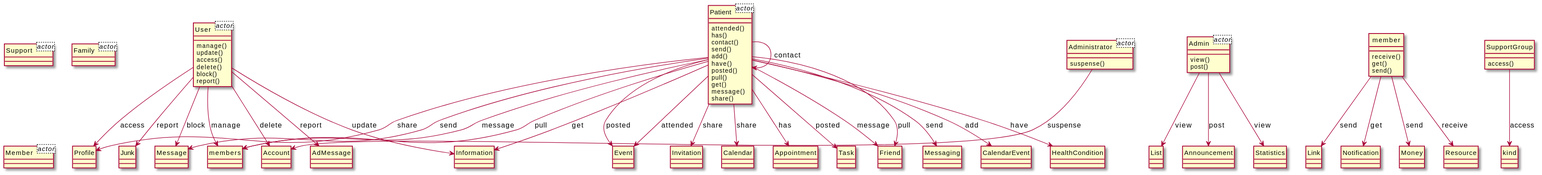
Earlier version of the PlantUML export output/diagram_5/2018-USC-Project06.svg (xixixhalu/DomainModelExtractor).
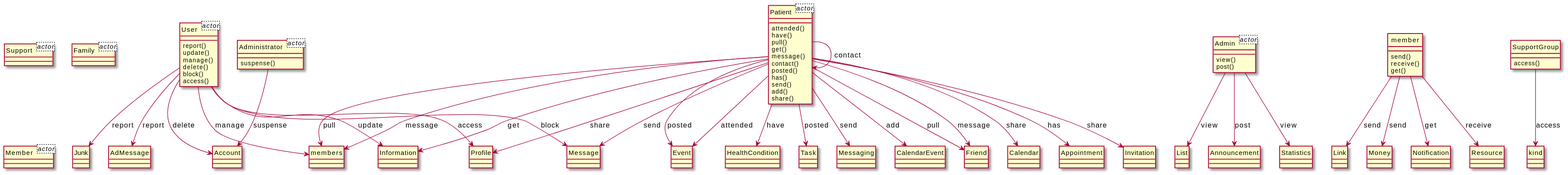
After the change.

The edit, as a diff of the source:
```diff
@@ -14,49 +14,20 @@
 }
 class Admin<actor> {
 }
-class User {
-	manage()
-	update()
-	access()
-	delete()
-	block()
-	report()
-}
-class Profile {
-}
 class Patient {
 	attended()
-	has()
-	contact()
-	send()
-	add()
 	have()
-	posted()
 	pull()
 	get()
 	message()
+	contact()
+	posted()
+	has()
+	send()
+	add()
 	share()
 }
 class Event {
-}
-class Invitation {
-}
-class Junk {
-}
-class member {
-	receive()
-	get()
-	send()
-}
-class Link {
-}
-class Message {
-}
-class Calendar {
-}
-class members {
-}
-class Appointment {
 }
 class Admin {
 	view()
@@ -64,21 +35,37 @@
 }
 class List {
 }
-class Task {
-}
-class Notification {
+class Administrator {
+	suspense()
 }
 class Account {
 }
-class Friend {
+class User {
+	report()
+	update()
+	manage()
+	delete()
+	block()
+	access()
+}
+class Junk {
+}
+class member {
+	send()
+	receive()
+	get()
+}
+class Link {
+}
+class HealthCondition {
+}
+class Money {
+}
+class Task {
 }
 class Announcement {
 }
-class Messaging {
-}
-class CalendarEvent {
-}
-class Money {
+class members {
 }
 class SupportGroup {
 	access()
@@ -87,48 +74,61 @@
 }
 class AdMessage {
 }
-class Statistics {
+class Messaging {
+}
+class CalendarEvent {
+}
+class Message {
+}
+class Friend {
 }
 class Information {
 }
-class Administrator {
-	suspense()
+class Calendar {
 }
-class HealthCondition {
+class Notification {
+}
+class Appointment {
+}
+class Invitation {
+}
+class Profile {
 }
 class Resource {
 }
-Patient --> Information : get
-Patient --> Calendar : share
-User --> Message : block
-Patient --> Event : posted
-User --> members : manage
-User --> Information : update
-Patient --> Friend : message
+class Statistics {
+}
 Patient --> Invitation : share
-Administrator --> Account : suspense
-Admin --> Announcement : post
-Patient --> members : message
-Patient --> Friend : pull
+User --> AdMessage : report
+member --> Link : send
+User --> Account : delete
+Admin --> List : view
 Patient --> Profile : share
 Patient --> members : pull
-Patient --> HealthCondition : have
 Patient --> Messaging : send
-User --> Junk : report
-Patient --> Event : attended
+Patient --> Event : posted
+Administrator --> Account : suspense
 member --> Resource : receive
 Patient --> CalendarEvent : add
-Patient --> Appointment : has
-member --> Money : send
-member --> Link : send
-Admin --> List : view
+Patient --> HealthCondition : have
+User --> Profile : access
 Patient --> Patient : contact
 Patient --> Message : send
+Admin --> Statistics : view
+member --> Money : send
+Patient --> Friend : message
+Patient --> Information : get
+Patient --> Task : posted
+Patient --> Friend : pull
+User --> Information : update
+User --> Junk : report
+Admin --> Announcement : post
+User --> Message : block
+User --> members : manage
+Patient --> Calendar : share
+Patient --> members : message
+member --> Notification : get
 SupportGroup --> kind : access
-Patient --> Task : posted
-User --> AdMessage : report
-member --> Notification : get
-Admin --> Statistics : view
-User --> Profile : access
-User --> Account : delete
+Patient --> Appointment : has
+Patient --> Event : attended
 @enduml
```
